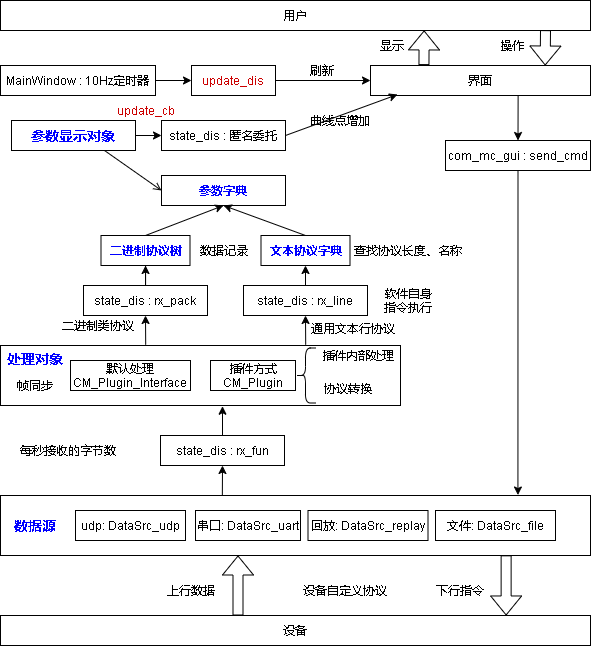
yangzigy/com_mc keeps this draw.io diagram as doc/draft/数据流程.png. Above is the earlier version. Source tidied: cells renumbered, new cells last; positions are measured from the earlier drawing's top-left corner, leaving out a move shared by most shapes.
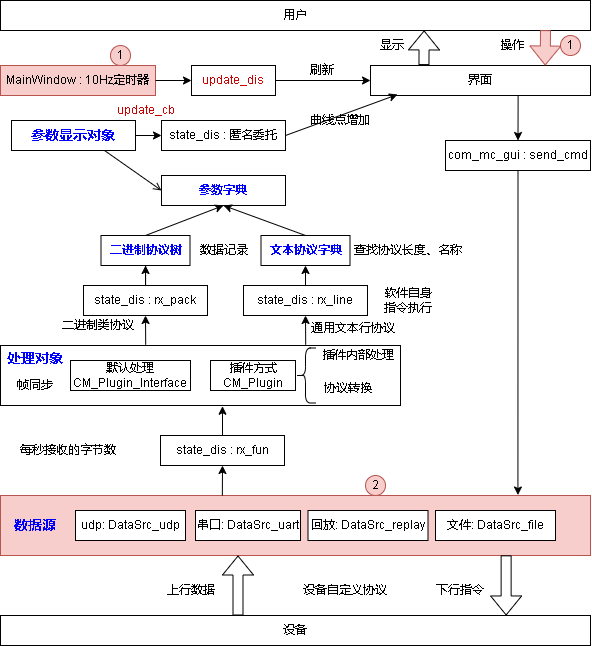
After the change.

Diff of the diagram source:
```diff
@@ -2,7 +2,7 @@
   <root>
     <mxCell id="0" />
     <mxCell id="1" parent="0" />
-    <mxCell id="2" style="rounded=0;whiteSpace=wrap;html=1;fillColor=none;" parent="1" vertex="1">
+    <mxCell id="2" style="rounded=0;whiteSpace=wrap;html=1;fillColor=#f8cecc;strokeColor=#b85450;" parent="1" vertex="1">
       <mxGeometry y="495" width="590" height="60" as="geometry" />
     </mxCell>
     <mxCell id="3" value="udp: DataSrc_udp" style="rounded=0;whiteSpace=wrap;html=1;" parent="1" vertex="1">
@@ -104,7 +104,7 @@
     <mxCell id="34" value="曲线点增加" style="text;html=1;strokeColor=none;fillColor=none;align=center;verticalAlign=middle;whiteSpace=wrap;rounded=0;" parent="1" vertex="1">
       <mxGeometry x="307.5" y="105" width="62.5" height="30" as="geometry" />
     </mxCell>
-    <mxCell id="35" value="MainWindow : 10Hz定时器" style="rounded=0;whiteSpace=wrap;html=1;" parent="1" vertex="1">
+    <mxCell id="35" value="MainWindow : 10Hz定时器" style="rounded=0;whiteSpace=wrap;html=1;fillColor=#f8cecc;strokeColor=#b85450;" parent="1" vertex="1">
       <mxGeometry y="65" width="155" height="30" as="geometry" />
     </mxCell>
     <mxCell id="36" value="用户" style="rounded=0;whiteSpace=wrap;html=1;" parent="1" vertex="1">
@@ -134,7 +134,7 @@
     <mxCell id="44" value="显示" style="text;html=1;strokeColor=none;fillColor=none;align=center;verticalAlign=middle;whiteSpace=wrap;rounded=0;" parent="1" vertex="1">
       <mxGeometry x="360" y="30" width="62.5" height="30" as="geometry" />
     </mxCell>
-    <mxCell id="45" style="shape=flexArrow;endArrow=classic;html=1;rounded=0;exitX=0.243;exitY=-0.014;exitDx=0;exitDy=0;exitPerimeter=0;entryX=0.794;entryY=0;entryDx=0;entryDy=0;entryPerimeter=0;" parent="1" edge="1" target="37">
+    <mxCell id="45" style="shape=flexArrow;endArrow=classic;html=1;rounded=0;exitX=0.243;exitY=-0.014;exitDx=0;exitDy=0;exitPerimeter=0;entryX=0.794;entryY=0;entryDx=0;entryDy=0;entryPerimeter=0;fillColor=#f8cecc;strokeColor=#b85450;" parent="1" edge="1" target="37">
       <mxGeometry relative="1" as="geometry">
         <mxPoint x="545" y="29.6" as="sourcePoint" />
       </mxGeometry>
@@ -193,5 +193,14 @@
     <mxCell id="62" value="文件: DataSrc_file" style="rounded=0;whiteSpace=wrap;html=1;" parent="1" vertex="1">
       <mxGeometry x="435" y="510" width="120" height="30" as="geometry" />
     </mxCell>
+    <mxCell id="63" value="1" style="ellipse;whiteSpace=wrap;html=1;fillColor=#f8cecc;strokeColor=#b85450;" parent="1" vertex="1">
+      <mxGeometry x="560" y="35" width="20" height="20" as="geometry" />
+    </mxCell>
+    <mxCell id="64" value="1" style="ellipse;whiteSpace=wrap;html=1;fillColor=#f8cecc;strokeColor=#b85450;" parent="1" vertex="1">
+      <mxGeometry x="110" y="45" width="20" height="20" as="geometry" />
+    </mxCell>
+    <mxCell id="65" value="2" style="ellipse;whiteSpace=wrap;html=1;fillColor=#f8cecc;strokeColor=#b85450;" parent="1" vertex="1">
+      <mxGeometry x="365" y="475" width="20" height="20" as="geometry" />
+    </mxCell>
   </root>
 </mxGraphModel>
```
